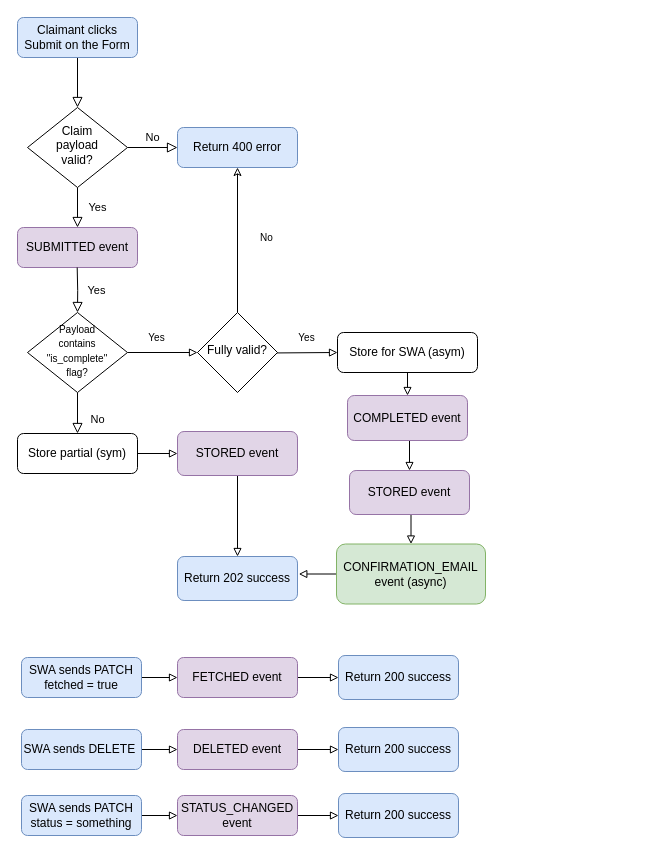
The draw.io diagram docs/claim-event-workflow.drawio in USDepartmentofLabor/ui-claimant-experience-pilot, before the edit. Source tidied: cells renumbered, new cells numbered last; positions are measured from the earlier drawing's top-left corner, leaving out a move shared by most shapes. Both pictures are drawn from the tidied source at 100%, with x=0, y=0 at pixel (17, 17).
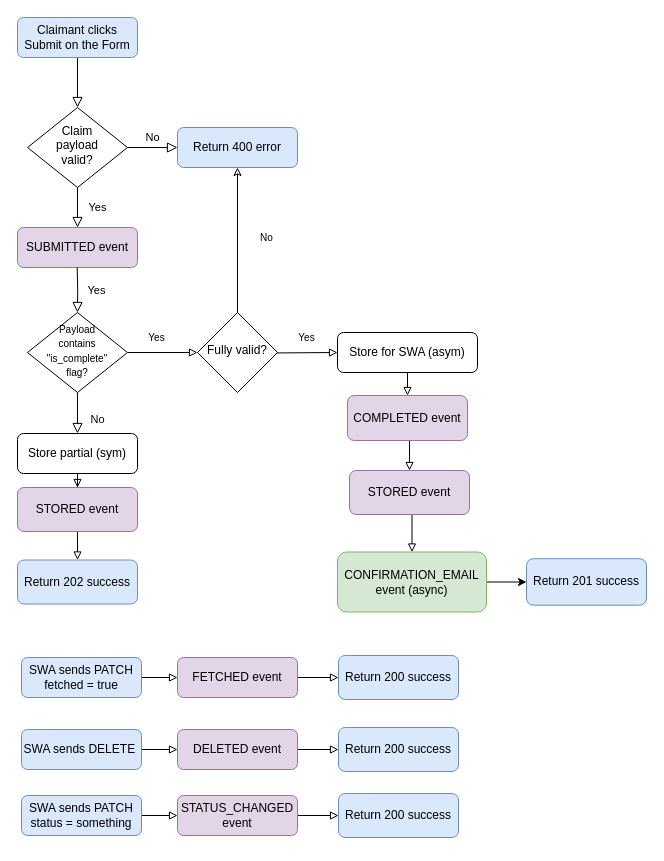
After the change.

Commit message (it also covers changes not shown here):
Add Claim events to match documentation (#295)

Change to the diagram source:
```diff
@@
     <mxCell id="18" value="STORED event" style="whiteSpace=wrap;html=1;rounded=1;shadow=0;strokeWidth=1;glass=0;fillColor=#e1d5e7;strokeColor=#9673a6;" parent="1" vertex="1">
-      <mxGeometry x="160" y="414" width="120" height="44" as="geometry" />
+      <mxGeometry y="470" width="120" height="44" as="geometry" />
     </mxCell>
@@
     <mxCell id="21" value="Return 202 success" style="whiteSpace=wrap;html=1;rounded=1;shadow=0;strokeWidth=1;glass=0;fillColor=#dae8fc;strokeColor=#6c8ebf;" parent="1" vertex="1">
-      <mxGeometry x="160" y="539" width="120" height="44" as="geometry" />
+      <mxGeometry y="542.5" width="120" height="44" as="geometry" />
     </mxCell>
@@
-    <mxCell id="28" style="edgeStyle=orthogonalEdgeStyle;rounded=0;jettySize=auto;html=1;exitX=0;exitY=0.5;exitDx=0;exitDy=0;entryX=1.011;entryY=0.409;entryDx=0;entryDy=0;entryPerimeter=0;fontSize=10;endFill=0;endArrow=block;" parent="1" edge="1" source="29" target="21">
-      <mxGeometry relative="1" as="geometry" />
-    </mxCell>
+    <mxCell id="50" style="edgeStyle=orthogonalEdgeStyle;rounded=0;jettySize=auto;html=1;" parent="1" edge="1" source="29" target="52">
+      <mxGeometry relative="1" as="geometry" />
+    </mxCell>
     <mxCell id="29" value="CONFIRMATION_EMAIL event (async)" style="whiteSpace=wrap;html=1;rounded=1;shadow=0;strokeWidth=1;glass=0;fillColor=#d5e8d4;strokeColor=#82b366;" parent="1" vertex="1">
-      <mxGeometry x="319" y="526.5" width="149" height="60" as="geometry" />
+      <mxGeometry x="320" y="534.5" width="149" height="60" as="geometry" />
     </mxCell>
@@
+    <mxCell id="51" style="edgeStyle=orthogonalEdgeStyle;rounded=0;orthogonalLoop=1;jettySize=auto;html=1;exitX=0.5;exitY=1;exitDx=0;exitDy=0;" parent="1" edge="1" source="29" target="29">
+      <mxGeometry relative="1" as="geometry" />
+    </mxCell>
+    <mxCell id="52" value="Return 201 success" style="whiteSpace=wrap;html=1;rounded=1;shadow=0;strokeColor=#6c8ebf;strokeWidth=1;fillColor=#dae8fc;glass=0;" parent="1" vertex="1">
+      <mxGeometry x="509" y="541.2" width="120" height="46.5" as="geometry" />
+    </mxCell>
```
